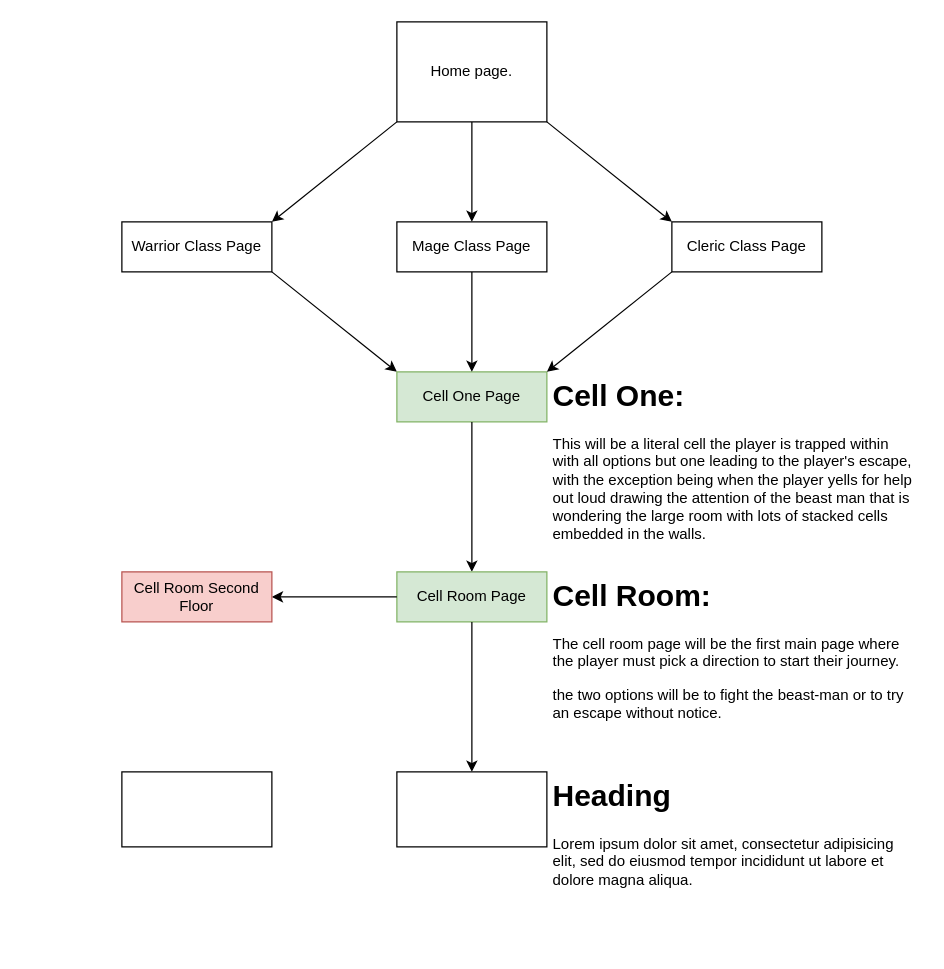
Above: TEST.drawio in andypandy31/Webtech-Assessment1 (draw.io), before the change. Source tidied: cells renumbered, new cells numbered last; positions are measured from the earlier drawing's top-left corner, leaving out a move shared by most shapes. Both pictures are drawn from the tidied source at 125%, with x=0, y=0 at pixel (121, 21).
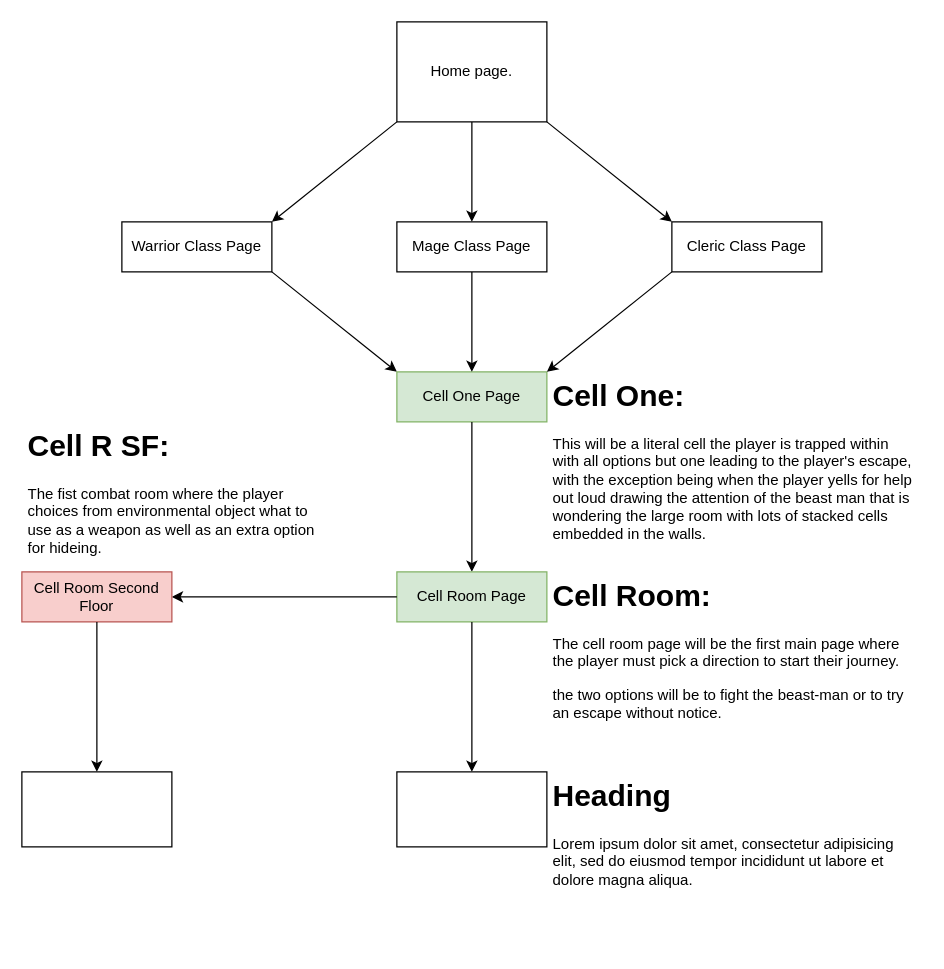
The same diagram, later.

The change refers to these unchanged cells:
```xml
<mxCell id="15" value="Cell Room Page" style="rounded=0;whiteSpace=wrap;html=1;fillColor=#d5e8d4;strokeColor=#82b366;" parent="1" vertex="1">
  <mxGeometry x="220" y="440" width="120" height="40" as="geometry" />
</mxCell>
```

Change to the diagram source:
```diff
@@
-    <mxCell id="20" style="endArrow=classic;html=1;rounded=0;exitX=0;exitY=0.5;exitDx=0;exitDy=0;" parent="1" edge="1" source="15">
-      <mxGeometry relative="1" as="geometry">
-        <mxPoint x="120" y="460" as="targetPoint" />
-      </mxGeometry>
+    <mxCell id="20" style="endArrow=classic;html=1;rounded=0;exitX=0;exitY=0.5;exitDx=0;exitDy=0;entryX=1;entryY=0.5;entryDx=0;entryDy=0;" parent="1" edge="1" source="15" target="21">
+      <mxGeometry relative="1" as="geometry" />
     </mxCell>
     <mxCell id="21" value="Cell Room Second Floor" style="rounded=0;whiteSpace=wrap;html=1;fillColor=#f8cecc;strokeColor=#b85450;" parent="1" vertex="1">
-      <mxGeometry y="440" width="120" height="40" as="geometry" />
+      <mxGeometry x="-80" y="440" width="120" height="40" as="geometry" />
     </mxCell>
     <mxCell id="22" style="rounded=0;whiteSpace=wrap;html=1;" parent="1" vertex="1">
-      <mxGeometry y="600" width="120" height="60" as="geometry" />
+      <mxGeometry x="-80" y="600" width="120" height="60" as="geometry" />
     </mxCell>
+    <mxCell id="23" style="endArrow=classic;html=1;rounded=0;exitX=0.5;exitY=1;exitDx=0;exitDy=0;" parent="1" edge="1" source="21" target="22">
+      <mxGeometry relative="1" as="geometry" />
+    </mxCell>
+    <mxCell id="24" value="&lt;h1&gt;Cell R SF:&lt;/h1&gt;&lt;div&gt;The fist combat room where the player choices from environmental object what to use as a weapon as well as an extra option for hideing.&lt;/div&gt;" style="text;html=1;spacing=5;spacingTop=-20;whiteSpace=wrap;overflow=hidden;rounded=0;" parent="1" vertex="1">
+      <mxGeometry x="-80" y="320" width="240" height="120" as="geometry" />
+    </mxCell>
```
